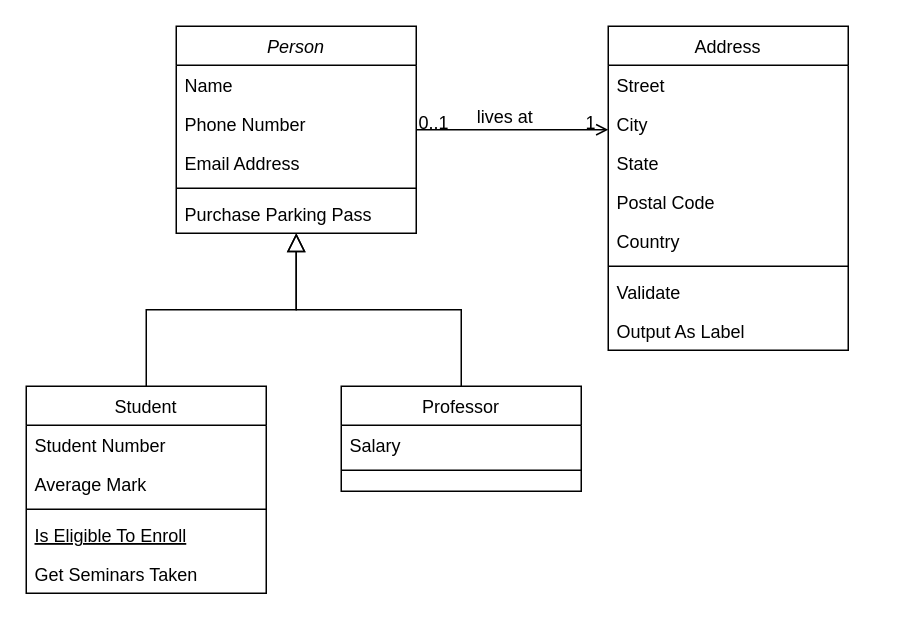
sastafelishaa/sinponis keeps this draw.io diagram as Untitled Diagram.drawio. Above is the earlier version. Source tidied: cells renumbered, new cells numbered last; positions are measured from the earlier drawing's top-left corner, leaving out a move shared by most shapes. Both pictures are drawn from the tidied source at 150%, with x=0, y=0 at pixel (26, 26).
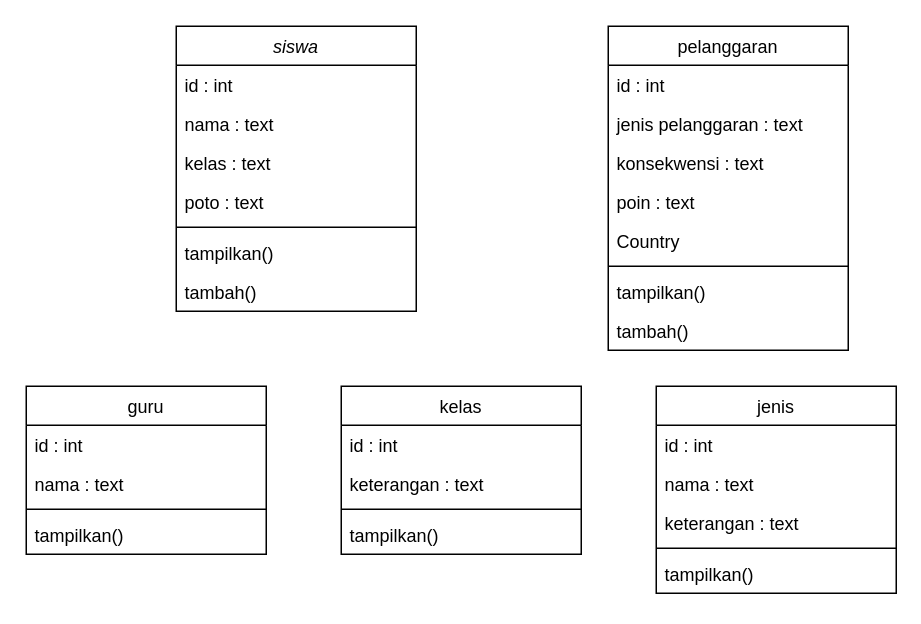
The same page after the edit.

The edit, as a diff of the source:
```diff
@@
-    <mxCell id="2" value="Person" style="swimlane;fontStyle=2;align=center;verticalAlign=top;horizontal=1;startSize=26;rounded=0;shadow=0;strokeWidth=1;" parent="1" vertex="1">
-      <mxGeometry x="100" width="160" height="138" as="geometry" />
+    <mxCell id="2" value="siswa" style="swimlane;fontStyle=2;align=center;verticalAlign=top;horizontal=1;startSize=26;rounded=0;shadow=0;strokeWidth=1;" parent="1" vertex="1">
+      <mxGeometry x="100" width="160" height="190" as="geometry" />
     </mxCell>
-    <mxCell id="3" value="Name" style="text;align=left;verticalAlign=top;spacingLeft=4;spacingRight=4;overflow=hidden;" parent="2" vertex="1">
+    <mxCell id="3" value="id : int" style="text;align=left;verticalAlign=top;spacingLeft=4;spacingRight=4;overflow=hidden;" parent="2" vertex="1">
       <mxGeometry y="26" width="160" height="26" as="geometry" />
     </mxCell>
-    <mxCell id="4" value="Phone Number" style="text;align=left;verticalAlign=top;spacingLeft=4;spacingRight=4;overflow=hidden;rounded=0;shadow=0;html=0;" parent="2" vertex="1">
+    <mxCell id="4" value="nama : text " style="text;align=left;verticalAlign=top;spacingLeft=4;spacingRight=4;overflow=hidden;rounded=0;shadow=0;html=0;" parent="2" vertex="1">
       <mxGeometry y="52" width="160" height="26" as="geometry" />
     </mxCell>
-    <mxCell id="5" value="Email Address" style="text;align=left;verticalAlign=top;spacingLeft=4;spacingRight=4;overflow=hidden;rounded=0;shadow=0;html=0;" parent="2" vertex="1">
+    <mxCell id="5" value="kelas : text" style="text;align=left;verticalAlign=top;spacingLeft=4;spacingRight=4;overflow=hidden;rounded=0;shadow=0;html=0;" parent="2" vertex="1">
       <mxGeometry y="78" width="160" height="26" as="geometry" />
     </mxCell>
+    <mxCell id="7" value="poto : text" style="text;align=left;verticalAlign=top;spacingLeft=4;spacingRight=4;overflow=hidden;" parent="2" vertex="1">
+      <mxGeometry y="104" width="160" height="26" as="geometry" />
+    </mxCell>
     <mxCell id="6" style="line;html=1;strokeWidth=1;align=left;verticalAlign=middle;spacingTop=-1;spacingLeft=3;spacingRight=3;labelPosition=right;" parent="2" vertex="1">
-      <mxGeometry y="104" width="160" height="8" as="geometry" />
+      <mxGeometry y="130" width="160" height="8" as="geometry" />
     </mxCell>
-    <mxCell id="7" value="Purchase Parking Pass" style="text;align=left;verticalAlign=top;spacingLeft=4;spacingRight=4;overflow=hidden;" parent="2" vertex="1">
-      <mxGeometry y="112" width="160" height="26" as="geometry" />
-    </mxCell>
+    <mxCell id="32" value="tampilkan()" style="text;align=left;verticalAlign=top;spacingLeft=4;spacingRight=4;overflow=hidden;" parent="2" vertex="1">
+      <mxGeometry y="138" width="160" height="26" as="geometry" />
+    </mxCell>
+    <mxCell id="33" value="tambah()" style="text;align=left;verticalAlign=top;spacingLeft=4;spacingRight=4;overflow=hidden;rounded=0;shadow=0;html=0;" parent="2" vertex="1">
+      <mxGeometry y="164" width="160" height="26" as="geometry" />
+    </mxCell>
-    <mxCell id="8" value="Student" style="swimlane;fontStyle=0;align=center;verticalAlign=top;horizontal=1;startSize=26;rounded=0;shadow=0;strokeWidth=1;" parent="1" vertex="1">
-      <mxGeometry y="240" width="160" height="138" as="geometry" />
+    <mxCell id="8" value="guru" style="swimlane;fontStyle=0;align=center;verticalAlign=top;horizontal=1;startSize=26;rounded=0;shadow=0;strokeWidth=1;" parent="1" vertex="1">
+      <mxGeometry y="240" width="160" height="112" as="geometry" />
     </mxCell>
-    <mxCell id="9" value="Student Number" style="text;align=left;verticalAlign=top;spacingLeft=4;spacingRight=4;overflow=hidden;" parent="8" vertex="1">
+    <mxCell id="9" value="id : int" style="text;align=left;verticalAlign=top;spacingLeft=4;spacingRight=4;overflow=hidden;" parent="8" vertex="1">
       <mxGeometry y="26" width="160" height="26" as="geometry" />
     </mxCell>
-    <mxCell id="10" value="Average Mark" style="text;align=left;verticalAlign=top;spacingLeft=4;spacingRight=4;overflow=hidden;rounded=0;shadow=0;html=0;" parent="8" vertex="1">
+    <mxCell id="10" value="nama : text" style="text;align=left;verticalAlign=top;spacingLeft=4;spacingRight=4;overflow=hidden;rounded=0;shadow=0;html=0;" parent="8" vertex="1">
       <mxGeometry y="52" width="160" height="26" as="geometry" />
     </mxCell>
@@
-    <mxCell id="12" value="Is Eligible To Enroll" style="text;align=left;verticalAlign=top;spacingLeft=4;spacingRight=4;overflow=hidden;fontStyle=4;" parent="8" vertex="1">
+    <mxCell id="12" value="tampilkan()" style="text;align=left;verticalAlign=top;spacingLeft=4;spacingRight=4;overflow=hidden;fontStyle=0;strokeWidth=0;" parent="8" vertex="1">
       <mxGeometry y="86" width="160" height="26" as="geometry" />
     </mxCell>
-    <mxCell id="13" value="Get Seminars Taken" style="text;align=left;verticalAlign=top;spacingLeft=4;spacingRight=4;overflow=hidden;" parent="8" vertex="1">
-      <mxGeometry y="112" width="160" height="26" as="geometry" />
-    </mxCell>
-    <mxCell id="14" style="endArrow=block;endSize=10;endFill=0;shadow=0;strokeWidth=1;rounded=0;curved=0;edgeStyle=elbowEdgeStyle;elbow=vertical;" parent="1" edge="1" source="8" target="2">
-      <mxGeometry relative="1" as="geometry" />
-    </mxCell>
-    <mxCell id="15" value="Professor" style="swimlane;fontStyle=0;align=center;verticalAlign=top;horizontal=1;startSize=26;rounded=0;shadow=0;strokeWidth=1;" parent="1" vertex="1">
-      <mxGeometry x="210" y="240" width="160" height="70" as="geometry" />
+    <mxCell id="15" value="kelas" style="swimlane;fontStyle=0;align=center;verticalAlign=top;horizontal=1;startSize=26;rounded=0;shadow=0;strokeWidth=1;" parent="1" vertex="1">
+      <mxGeometry x="210" y="240" width="160" height="112" as="geometry" />
     </mxCell>
-    <mxCell id="16" value="Salary" style="text;align=left;verticalAlign=top;spacingLeft=4;spacingRight=4;overflow=hidden;" parent="15" vertex="1">
+    <mxCell id="16" value="id : int" style="text;align=left;verticalAlign=top;spacingLeft=4;spacingRight=4;overflow=hidden;" parent="15" vertex="1">
       <mxGeometry y="26" width="160" height="26" as="geometry" />
     </mxCell>
+    <mxCell id="34" value="keterangan : text" style="text;align=left;verticalAlign=top;spacingLeft=4;spacingRight=4;overflow=hidden;" parent="15" vertex="1">
+      <mxGeometry y="52" width="160" height="26" as="geometry" />
+    </mxCell>
     <mxCell id="17" style="line;html=1;strokeWidth=1;align=left;verticalAlign=middle;spacingTop=-1;spacingLeft=3;spacingRight=3;labelPosition=right;" parent="15" vertex="1">
-      <mxGeometry y="52" width="160" height="8" as="geometry" />
+      <mxGeometry y="78" width="160" height="8" as="geometry" />
     </mxCell>
-    <mxCell id="18" style="endArrow=block;endSize=10;endFill=0;shadow=0;strokeWidth=1;rounded=0;curved=0;edgeStyle=elbowEdgeStyle;elbow=vertical;" parent="1" edge="1" source="15" target="2">
-      <mxGeometry relative="1" as="geometry" />
-    </mxCell>
+    <mxCell id="35" value="tampilkan()" style="text;align=left;verticalAlign=top;spacingLeft=4;spacingRight=4;overflow=hidden;" parent="15" vertex="1">
+      <mxGeometry y="86" width="160" height="26" as="geometry" />
+    </mxCell>
-    <mxCell id="19" value="Address" style="swimlane;fontStyle=0;align=center;verticalAlign=top;horizontal=1;startSize=26;rounded=0;shadow=0;strokeWidth=1;" parent="1" vertex="1">
+    <mxCell id="19" value="pelanggaran" style="swimlane;fontStyle=0;align=center;verticalAlign=top;horizontal=1;startSize=26;rounded=0;shadow=0;strokeWidth=1;" parent="1" vertex="1">
       <mxGeometry x="388" width="160" height="216" as="geometry" />
     </mxCell>
-    <mxCell id="20" value="Street" style="text;align=left;verticalAlign=top;spacingLeft=4;spacingRight=4;overflow=hidden;" parent="19" vertex="1">
+    <mxCell id="20" value="id : int" style="text;align=left;verticalAlign=top;spacingLeft=4;spacingRight=4;overflow=hidden;" parent="19" vertex="1">
       <mxGeometry y="26" width="160" height="26" as="geometry" />
     </mxCell>
-    <mxCell id="21" value="City" style="text;align=left;verticalAlign=top;spacingLeft=4;spacingRight=4;overflow=hidden;rounded=0;shadow=0;html=0;" parent="19" vertex="1">
+    <mxCell id="21" value="jenis pelanggaran : text" style="text;align=left;verticalAlign=top;spacingLeft=4;spacingRight=4;overflow=hidden;rounded=0;shadow=0;html=0;" parent="19" vertex="1">
       <mxGeometry y="52" width="160" height="26" as="geometry" />
     </mxCell>
-    <mxCell id="22" value="State" style="text;align=left;verticalAlign=top;spacingLeft=4;spacingRight=4;overflow=hidden;rounded=0;shadow=0;html=0;" parent="19" vertex="1">
+    <mxCell id="22" value="konsekwensi : text" style="text;align=left;verticalAlign=top;spacingLeft=4;spacingRight=4;overflow=hidden;rounded=0;shadow=0;html=0;" parent="19" vertex="1">
       <mxGeometry y="78" width="160" height="26" as="geometry" />
     </mxCell>
-    <mxCell id="23" value="Postal Code" style="text;align=left;verticalAlign=top;spacingLeft=4;spacingRight=4;overflow=hidden;rounded=0;shadow=0;html=0;" parent="19" vertex="1">
+    <mxCell id="23" value="poin : text" style="text;align=left;verticalAlign=top;spacingLeft=4;spacingRight=4;overflow=hidden;rounded=0;shadow=0;html=0;" parent="19" vertex="1">
       <mxGeometry y="104" width="160" height="26" as="geometry" />
     </mxCell>
@@
-    <mxCell id="26" value="Validate" style="text;align=left;verticalAlign=top;spacingLeft=4;spacingRight=4;overflow=hidden;" parent="19" vertex="1">
+    <mxCell id="26" value="tampilkan()" style="text;align=left;verticalAlign=top;spacingLeft=4;spacingRight=4;overflow=hidden;" parent="19" vertex="1">
       <mxGeometry y="164" width="160" height="26" as="geometry" />
     </mxCell>
-    <mxCell id="27" value="Output As Label" style="text;align=left;verticalAlign=top;spacingLeft=4;spacingRight=4;overflow=hidden;" parent="19" vertex="1">
+    <mxCell id="27" value="tambah()" style="text;align=left;verticalAlign=top;spacingLeft=4;spacingRight=4;overflow=hidden;" parent="19" vertex="1">
       <mxGeometry y="190" width="160" height="26" as="geometry" />
     </mxCell>
-    <mxCell id="28" style="endArrow=open;shadow=0;strokeWidth=1;rounded=0;curved=0;endFill=1;edgeStyle=elbowEdgeStyle;elbow=vertical;" parent="1" edge="1" source="2" target="19">
-      <mxGeometry x="0.5" y="41" relative="1" as="geometry">
-        <mxPoint x="-40" y="32" as="offset" />
-      </mxGeometry>
-    </mxCell>
-    <mxCell id="29" value="0..1" style="align=left;verticalAlign=bottom;labelBackgroundColor=none;fontSize=12;" parent="28" vertex="1">
-      <mxGeometry x="-1" relative="1" as="geometry">
-        <mxPoint y="4" as="offset" />
-      </mxGeometry>
-    </mxCell>
-    <mxCell id="30" value="1" style="align=right;verticalAlign=bottom;labelBackgroundColor=none;fontSize=12;" parent="28" vertex="1">
-      <mxGeometry x="1" relative="1" as="geometry">
-        <mxPoint x="-7" y="4" as="offset" />
-      </mxGeometry>
-    </mxCell>
-    <mxCell id="31" value="lives at" style="text;html=1;align=center;verticalAlign=middle;labelBackgroundColor=none;rounded=0;shadow=0;strokeWidth=1;fontSize=12;" parent="28" vertex="1">
-      <mxGeometry x="0.5" y="49" relative="1" as="geometry">
-        <mxPoint x="-38" y="40" as="offset" />
-      </mxGeometry>
-    </mxCell>
+    <mxCell id="36" value="jenis" style="swimlane;fontStyle=0;align=center;verticalAlign=top;horizontal=1;startSize=26;rounded=0;shadow=0;strokeWidth=1;" parent="1" vertex="1">
+      <mxGeometry x="420" y="240" width="160" height="138" as="geometry" />
+    </mxCell>
+    <mxCell id="37" value="id : int" style="text;align=left;verticalAlign=top;spacingLeft=4;spacingRight=4;overflow=hidden;" parent="36" vertex="1">
+      <mxGeometry y="26" width="160" height="26" as="geometry" />
+    </mxCell>
+    <mxCell id="38" value="nama : text" style="text;align=left;verticalAlign=top;spacingLeft=4;spacingRight=4;overflow=hidden;" parent="36" vertex="1">
+      <mxGeometry y="52" width="160" height="26" as="geometry" />
+    </mxCell>
+    <mxCell id="39" value="keterangan : text" style="text;align=left;verticalAlign=top;spacingLeft=4;spacingRight=4;overflow=hidden;" parent="36" vertex="1">
+      <mxGeometry y="78" width="160" height="26" as="geometry" />
+    </mxCell>
+    <mxCell id="40" style="line;html=1;strokeWidth=1;align=left;verticalAlign=middle;spacingTop=-1;spacingLeft=3;spacingRight=3;labelPosition=right;" parent="36" vertex="1">
+      <mxGeometry y="104" width="160" height="8" as="geometry" />
+    </mxCell>
+    <mxCell id="41" value="tampilkan()" style="text;align=left;verticalAlign=top;spacingLeft=4;spacingRight=4;overflow=hidden;" parent="36" vertex="1">
+      <mxGeometry y="112" width="160" height="26" as="geometry" />
+    </mxCell>
```
